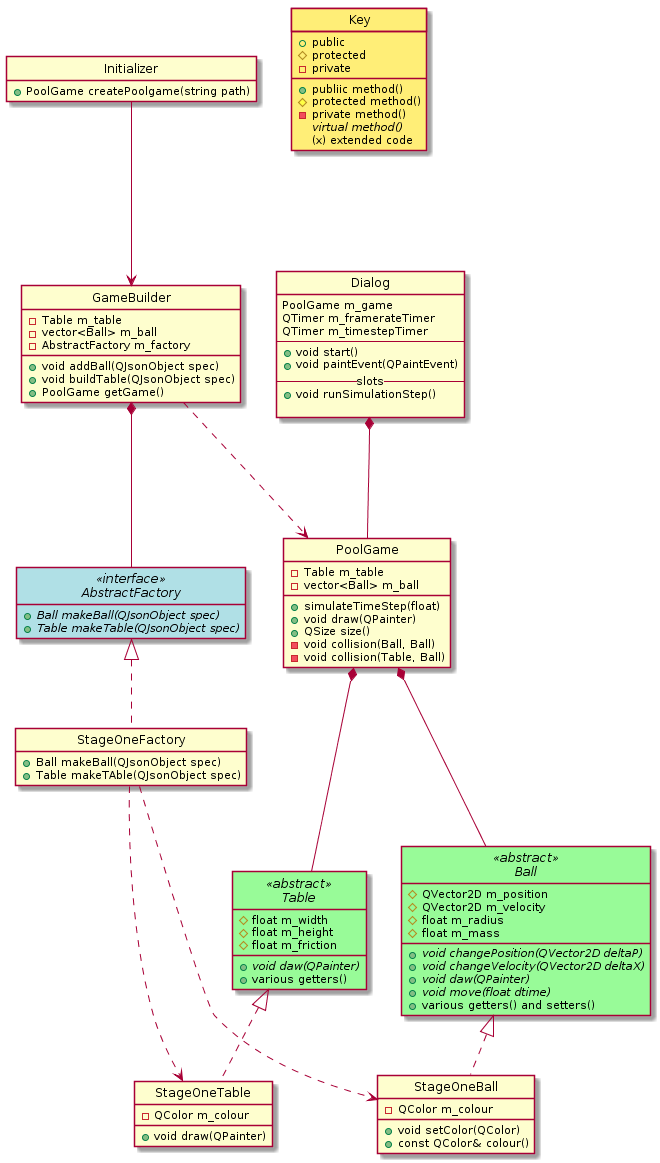
Above: old_class.png in KittenHero/QtPoolGame (PlantUML), before the change. The source it was exported from:
```plantuml
@startuml
interface AbstractFactory <<interface>> {
    +{abstract} Ball makeBall(QJsonObject spec)
    +{abstract} Table makeTable(QJsonObject spec)
}

class StageOneFactory {
    +Ball makeBall(QJsonObject spec)
    +Table makeTAble(QJsonObject spec)
}

class GameBuilder {
    -Table m_table
    -vector<Ball> m_ball
    -AbstractFactory m_factory

    +void addBall(QJsonObject spec)
    +void buildTable(QJsonObject spec)
    +PoolGame getGame()
}

class Initializer {
    +PoolGame createPoolgame(string path)
}

class Dialog {
    PoolGame m_game
    QTimer m_framerateTimer
    QTimer m_timestepTimer
    --
    +void start()
    +void paintEvent(QPaintEvent)
    --slots--
    +void runSimulationStep()

}

class PoolGame {
    -Table m_table
    -vector<Ball> m_ball

    +simulateTimeStep(float)
    +void draw(QPainter)
    +QSize size()
    -void collision(Ball, Ball)
    -void collision(Table, Ball)
}

abstract class Ball <<abstract>> {
    #QVector2D m_position
    #QVector2D m_velocity
    #float m_radius
    #float m_mass

    +{abstract} void changePosition(QVector2D deltaP)
    +{abstract} void changeVelocity(QVector2D deltaX)
    +{abstract} void daw(QPainter)
    +{abstract} void move(float dtime)
    +various getters() and setters()
}

abstract class Table <<abstract>> {
    #float m_width
    #float m_height
    #float m_friction

    +{abstract} void daw(QPainter)
    +various getters()
}

class StageOneBall {
    -QColor m_colour

    +void setColor(QColor)
    +const QColor& colour()
}

class StageOneTable {
    -QColor m_colour
    +void draw(QPainter)
}


Initializer     --->    GameBuilder

GameBuilder     *---    AbstractFactory
GameBuilder     ...>    PoolGame

Dialog          *---    PoolGame
PoolGame        *---    Table
PoolGame        *---    Ball
Table           <|..    StageOneTable
Ball            <|..    StageOneBall

AbstractFactory <|..    StageOneFactory
StageOneFactory ...>    StageOneBall
StageOneFactory ...>    StageOneTable


class Key #ffee77 {
	+public
	#protected
	-private
	+publiic method()
	#protected method()
	-private method()
	{abstract} virtual method()
	(x) extended code
}

skinparam Class {
	BackgroundColor<<abstract>> PaleGreen
	BackgroundColor<<interface>> PowderBlue
}

hide circle
hide empty members
@enduml
```
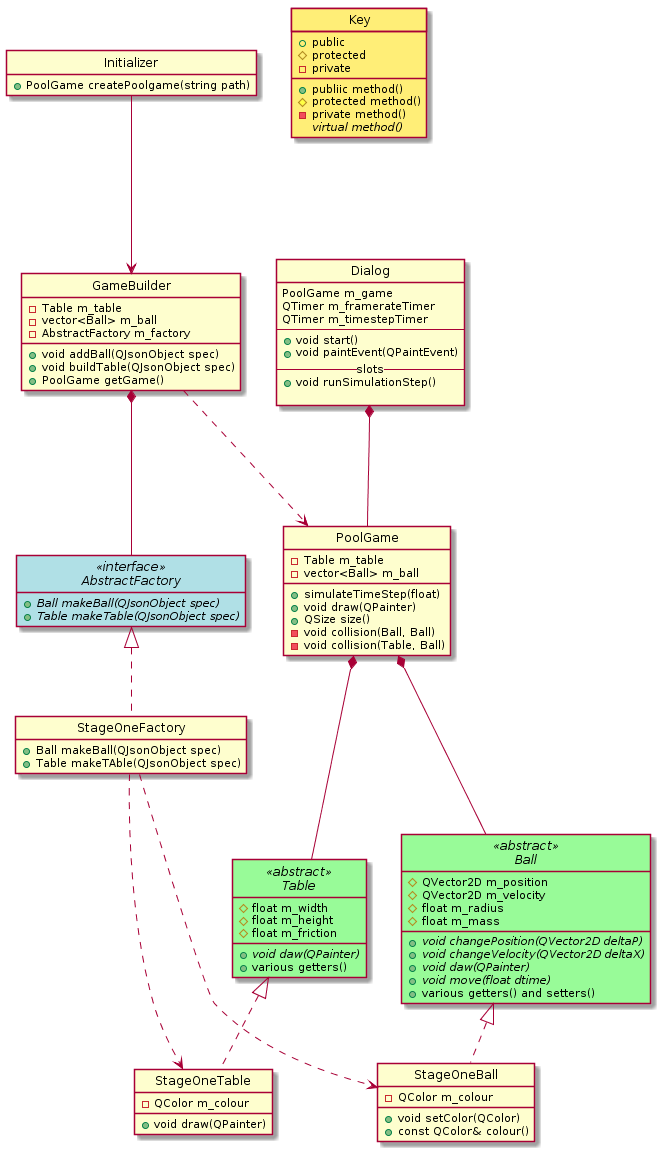
After the commit.

Commit message:
final? old_class

Diff of the diagram source:
```diff
@@ -80,7 +80,6 @@
     +void draw(QPainter)
 }
 
-
 Initializer     --->    GameBuilder
 
 GameBuilder     *---    AbstractFactory
@@ -105,7 +104,6 @@
 	#protected method()
 	-private method()
 	{abstract} virtual method()
-	(x) extended code
 }
 
 skinparam Class {
```
